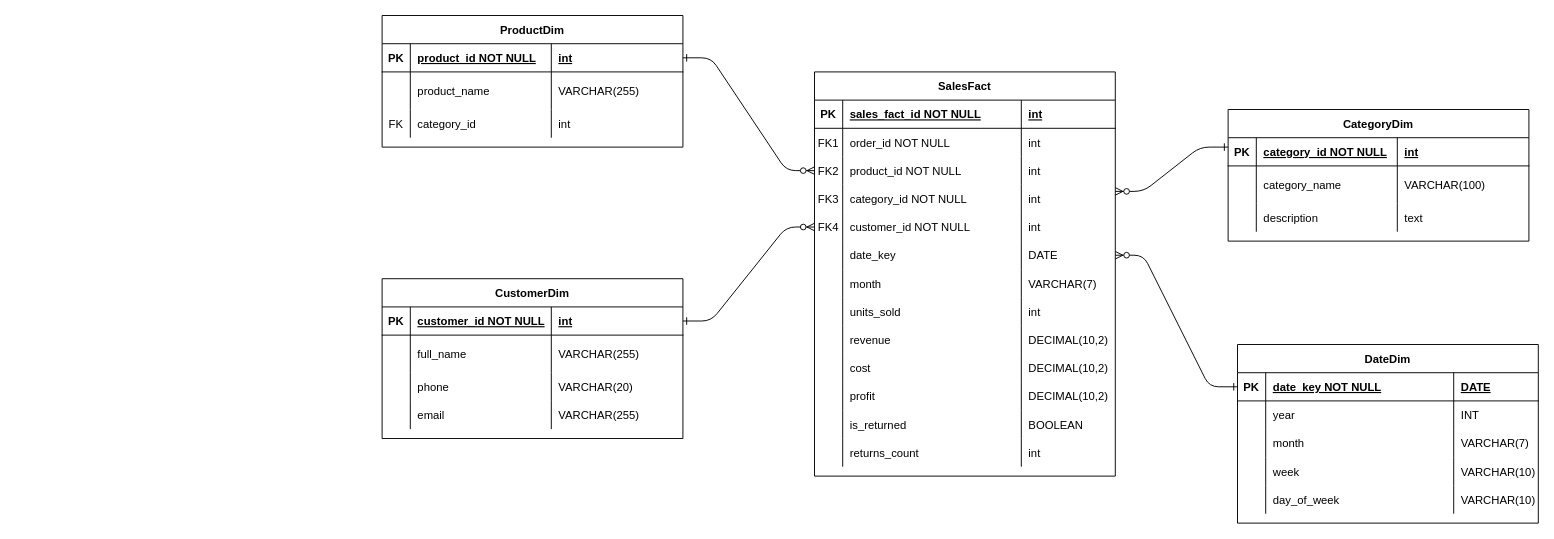
Above: Снежинка Data Mart.drawio in SofiyaBrodnikova/-educational (draw.io), before the change. Source tidied: cells renumbered, new cells numbered last; positions are measured from the earlier drawing's top-left corner, leaving out a move shared by most shapes. Both pictures are drawn from the tidied source at 94%, with x=0, y=0 at pixel (382, 15).
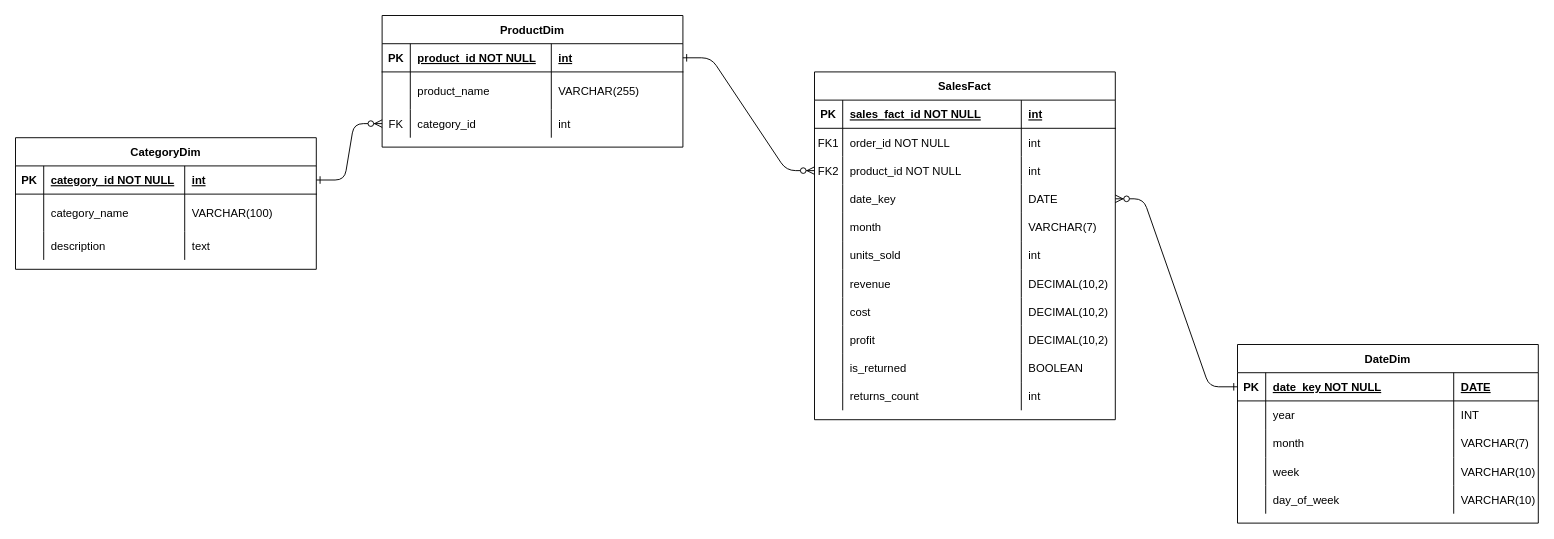
Above is the later version.

Unchanged cells that the change refers to:
```xml
<mxCell id="110" style="shape=partialRectangle;fillColor=none;points=[[0,0.5],[1,0.5]];portConstraint=eastwest;top=0;left=0;right=0;bottom=1;" parent="109" vertex="1">
  <mxGeometry y="30" width="320" height="30" as="geometry" />
</mxCell>
```

Change to the diagram source:
```diff
@@
-    <mxCell id="24" value="CustomerDim" style="shape=table;startSize=30;childLayout=tableLayout;rowLines=0;fontStyle=1;align=center;" parent="1" vertex="1">
-      <mxGeometry y="280" width="320" height="170" as="geometry" />
-    </mxCell>
-    <mxCell id="25" style="shape=partialRectangle;fillColor=none;points=[[0,0.5],[1,0.5]];portConstraint=eastwest;top=0;left=0;right=0;bottom=1;" parent="24" vertex="1">
-      <mxGeometry y="30" width="320" height="30" as="geometry" />
-    </mxCell>
-    <mxCell id="26" value="PK" style="shape=partialRectangle;overflow=hidden;fillColor=none;top=0;left=0;bottom=0;right=0;fontStyle=1;" parent="25" vertex="1">
-      <mxGeometry width="30" height="30" as="geometry" />
-    </mxCell>
-    <mxCell id="27" value="customer_id NOT NULL " style="shape=partialRectangle;overflow=hidden;fillColor=none;top=0;left=0;bottom=0;right=0;align=left;spacingLeft=6;fontStyle=5;" parent="25" vertex="1">
-      <mxGeometry x="30" width="150" height="30" as="geometry" />
-    </mxCell>
-    <mxCell id="28" value="int" style="shape=partialRectangle;overflow=hidden;fillColor=none;top=0;left=0;bottom=0;right=0;align=left;spacingLeft=6;fontStyle=5;" parent="25" vertex="1">
-      <mxGeometry x="180" width="140" height="30" as="geometry" />
-    </mxCell>
-    <mxCell id="29" style="shape=partialRectangle;fillColor=none;top=0;left=0;right=0;bottom=0;" parent="24" vertex="1">
-      <mxGeometry y="60" width="320" height="40" as="geometry" />
-    </mxCell>
-    <mxCell id="30" style="shape=partialRectangle;overflow=hidden;fillColor=none;top=0;left=0;bottom=0;right=0;" parent="29" vertex="1">
-      <mxGeometry width="30" height="40" as="geometry" />
-    </mxCell>
-    <mxCell id="31" value="full_name" style="shape=partialRectangle;overflow=hidden;fillColor=none;top=0;left=0;bottom=0;right=0;align=left;spacingLeft=6;" parent="29" vertex="1">
-      <mxGeometry x="30" width="150" height="40" as="geometry" />
-    </mxCell>
-    <mxCell id="32" value="VARCHAR(255)" style="shape=partialRectangle;overflow=hidden;fillColor=none;top=0;left=0;bottom=0;right=0;align=left;spacingLeft=6;" parent="29" vertex="1">
-      <mxGeometry x="180" width="140" height="40" as="geometry" />
-    </mxCell>
-    <mxCell id="33" style="shape=partialRectangle;fillColor=none;top=0;left=0;right=0;bottom=0;" parent="24" vertex="1">
-      <mxGeometry y="100" width="320" height="30" as="geometry" />
-    </mxCell>
-    <mxCell id="34" style="shape=partialRectangle;overflow=hidden;fillColor=none;top=0;left=0;bottom=0;right=0;" parent="33" vertex="1">
-      <mxGeometry width="30" height="30" as="geometry" />
-    </mxCell>
-    <mxCell id="35" value="phone" style="shape=partialRectangle;overflow=hidden;fillColor=none;top=0;left=0;bottom=0;right=0;align=left;spacingLeft=6;" parent="33" vertex="1">
-      <mxGeometry x="30" width="150" height="30" as="geometry" />
-    </mxCell>
-    <mxCell id="36" value="VARCHAR(20)" style="shape=partialRectangle;overflow=hidden;fillColor=none;top=0;left=0;bottom=0;right=0;align=left;spacingLeft=6;" parent="33" vertex="1">
-      <mxGeometry x="180" width="140" height="30" as="geometry" />
-    </mxCell>
-    <mxCell id="37" style="shape=partialRectangle;fillColor=none;top=0;left=0;right=0;bottom=0;" parent="24" vertex="1">
-      <mxGeometry y="130" width="320" height="30" as="geometry" />
-    </mxCell>
-    <mxCell id="38" style="shape=partialRectangle;overflow=hidden;fillColor=none;top=0;left=0;bottom=0;right=0;" parent="37" vertex="1">
-      <mxGeometry width="30" height="30" as="geometry" />
-    </mxCell>
-    <mxCell id="39" value="email" style="shape=partialRectangle;overflow=hidden;fillColor=none;top=0;left=0;bottom=0;right=0;align=left;spacingLeft=6;" parent="37" vertex="1">
-      <mxGeometry x="30" width="150" height="30" as="geometry" />
-    </mxCell>
-    <mxCell id="40" value="VARCHAR(255)" style="shape=partialRectangle;overflow=hidden;fillColor=none;top=0;left=0;bottom=0;right=0;align=left;spacingLeft=6;" parent="37" vertex="1">
-      <mxGeometry x="180" width="140" height="30" as="geometry" />
-    </mxCell>
     <mxCell id="41" value="SalesFact" style="shape=table;startSize=30;childLayout=tableLayout;rowLines=0;fontStyle=1;align=center;" parent="1" vertex="1">
-      <mxGeometry x="460" y="60" width="320" height="430" as="geometry" />
+      <mxGeometry x="460" y="60" width="320" height="370" as="geometry" />
     </mxCell>
@@
-    <mxCell id="54" style="shape=partialRectangle;fillColor=none;points=[[0,0.5],[1,0.5]];portConstraint=eastwest;top=0;left=0;right=0;bottom=0;" parent="41" vertex="1">
-      <mxGeometry y="120" width="320" height="30" as="geometry" />
-    </mxCell>
-    <mxCell id="55" value="FK3" style="shape=partialRectangle;overflow=hidden;fillColor=none;top=0;left=0;bottom=0;right=0;" parent="54" vertex="1">
-      <mxGeometry width="30" height="30" as="geometry" />
-    </mxCell>
-    <mxCell id="56" value="category_id NOT NULL" style="shape=partialRectangle;overflow=hidden;fillColor=none;top=0;left=0;bottom=0;right=0;align=left;spacingLeft=6;" parent="54" vertex="1">
-      <mxGeometry x="30" width="190" height="30" as="geometry" />
-    </mxCell>
-    <mxCell id="57" value="int" style="shape=partialRectangle;overflow=hidden;fillColor=none;top=0;left=0;bottom=0;right=0;align=left;spacingLeft=6;" parent="54" vertex="1">
-      <mxGeometry x="220" width="100" height="30" as="geometry" />
-    </mxCell>
-    <mxCell id="58" style="shape=partialRectangle;fillColor=none;points=[[0,0.5],[1,0.5]];portConstraint=eastwest;top=0;left=0;right=0;bottom=0;" parent="41" vertex="1">
-      <mxGeometry y="150" width="320" height="30" as="geometry" />
-    </mxCell>
-    <mxCell id="59" value="FK4" style="shape=partialRectangle;overflow=hidden;fillColor=none;top=0;left=0;bottom=0;right=0;" parent="58" vertex="1">
-      <mxGeometry width="30" height="30" as="geometry" />
-    </mxCell>
-    <mxCell id="60" value="customer_id NOT NULL" style="shape=partialRectangle;overflow=hidden;fillColor=none;top=0;left=0;bottom=0;right=0;align=left;spacingLeft=6;" parent="58" vertex="1">
-      <mxGeometry x="30" width="190" height="30" as="geometry" />
-    </mxCell>
-    <mxCell id="61" value="int" style="shape=partialRectangle;overflow=hidden;fillColor=none;top=0;left=0;bottom=0;right=0;align=left;spacingLeft=6;" parent="58" vertex="1">
-      <mxGeometry x="220" width="100" height="30" as="geometry" />
-    </mxCell>
     <mxCell id="62" style="shape=partialRectangle;fillColor=none;points=[[0,0.5],[1,0.5]];portConstraint=eastwest;top=0;left=0;right=0;bottom=0;" parent="41" vertex="1">
-      <mxGeometry y="180" width="320" height="30" as="geometry" />
+      <mxGeometry y="120" width="320" height="30" as="geometry" />
     </mxCell>
@@
     <mxCell id="66" style="shape=partialRectangle;fillColor=none;top=0;left=0;right=0;bottom=0;" parent="41" vertex="1">
-      <mxGeometry y="210" width="320" height="30" as="geometry" />
+      <mxGeometry y="150" width="320" height="30" as="geometry" />
     </mxCell>
@@
     <mxCell id="70" style="shape=partialRectangle;fillColor=none;top=0;left=0;right=0;bottom=0;" parent="41" vertex="1">
-      <mxGeometry y="240" width="320" height="30" as="geometry" />
+      <mxGeometry y="180" width="320" height="30" as="geometry" />
     </mxCell>
@@
     <mxCell id="74" style="shape=partialRectangle;fillColor=none;top=0;left=0;right=0;bottom=0;" parent="41" vertex="1">
-      <mxGeometry y="270" width="320" height="30" as="geometry" />
+      <mxGeometry y="210" width="320" height="30" as="geometry" />
     </mxCell>
@@
     <mxCell id="78" style="shape=partialRectangle;fillColor=none;top=0;left=0;right=0;bottom=0;" parent="41" vertex="1">
-      <mxGeometry y="300" width="320" height="30" as="geometry" />
+      <mxGeometry y="240" width="320" height="30" as="geometry" />
     </mxCell>
@@
     <mxCell id="82" style="shape=partialRectangle;fillColor=none;top=0;left=0;right=0;bottom=0;" parent="41" vertex="1">
-      <mxGeometry y="330" width="320" height="30" as="geometry" />
+      <mxGeometry y="270" width="320" height="30" as="geometry" />
     </mxCell>
@@
     <mxCell id="86" style="shape=partialRectangle;fillColor=none;top=0;left=0;right=0;bottom=0;" parent="41" vertex="1">
-      <mxGeometry y="360" width="320" height="30" as="geometry" />
+      <mxGeometry y="300" width="320" height="30" as="geometry" />
     </mxCell>
@@
     <mxCell id="90" style="shape=partialRectangle;fillColor=none;top=0;left=0;right=0;bottom=0;" parent="41" vertex="1">
-      <mxGeometry y="390" width="320" height="30" as="geometry" />
+      <mxGeometry y="330" width="320" height="30" as="geometry" />
     </mxCell>
@@
-    <mxCell id="94" style="edgeStyle=entityRelationEdgeStyle;endArrow=ERzeroToMany;startArrow=ERone;endFill=1;startFill=0;exitX=1;exitY=0.5;exitDx=0;exitDy=0;entryX=0;entryY=0.5;entryDx=0;entryDy=0;" parent="1" edge="1" source="25" target="58">
-      <mxGeometry relative="1" as="geometry" />
-    </mxCell>
@@
+    <mxCell id="122" style="edgeStyle=entityRelationEdgeStyle;endArrow=ERzeroToMany;startArrow=ERone;endFill=1;startFill=0;exitX=1;exitY=0.5;exitDx=0;exitDy=0;" parent="1" edge="1" source="110">
+      <mxGeometry relative="1" as="geometry">
+        <mxPoint y="115" as="targetPoint" />
+        <Array as="points">
+          <mxPoint x="-50" y="320" />
+          <mxPoint x="-70" y="220" />
+          <mxPoint x="-140" y="270" />
+          <mxPoint x="-120" y="290" />
+          <mxPoint x="-110" y="240" />
+          <mxPoint x="-140" y="190" />
+          <mxPoint x="-90" y="290" />
+          <mxPoint x="-130" y="220" />
+          <mxPoint x="-90" y="270" />
+          <mxPoint x="150" y="210" />
+          <mxPoint x="-100" y="220" />
+          <mxPoint x="-90" y="220" />
+          <mxPoint x="-70" y="220" />
+        </Array>
+      </mxGeometry>
+    </mxCell>
     <mxCell id="109" value="CategoryDim" style="shape=table;startSize=30;childLayout=tableLayout;rowLines=0;fontStyle=1;align=center;" parent="1" vertex="1">
-      <mxGeometry x="900" y="100" width="320" height="140" as="geometry" />
+      <mxGeometry x="-390" y="130" width="320" height="140" as="geometry" />
     </mxCell>
@@
-    <mxCell id="122" style="edgeStyle=entityRelationEdgeStyle;endArrow=ERzeroToMany;startArrow=ERone;endFill=1;startFill=0;entryX=1;entryY=0.237;entryDx=0;entryDy=0;entryPerimeter=0;exitX=0;exitY=0.333;exitDx=0;exitDy=0;exitPerimeter=0;" parent="1" edge="1" source="110" target="54">
-      <mxGeometry relative="1" as="geometry" />
-    </mxCell>
```
